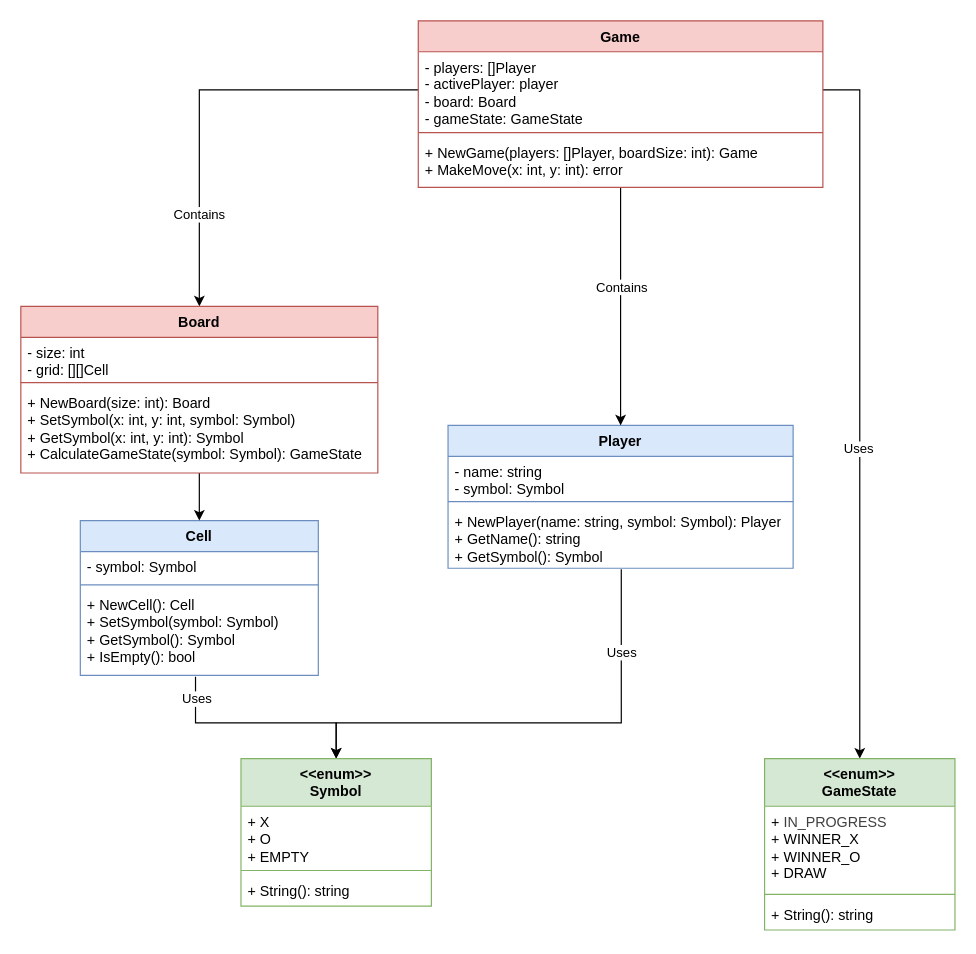
The draw.io diagram tic-tac-toe/design/class-diagram.drawio in rishuraj2/Go-LLD, before the edit. Source tidied: cells renumbered, new cells numbered last; positions are measured from the earlier drawing's top-left corner, leaving out a move shared by most shapes. Both pictures are drawn from the tidied source at 119%, with x=0, y=0 at pixel (20, 20).
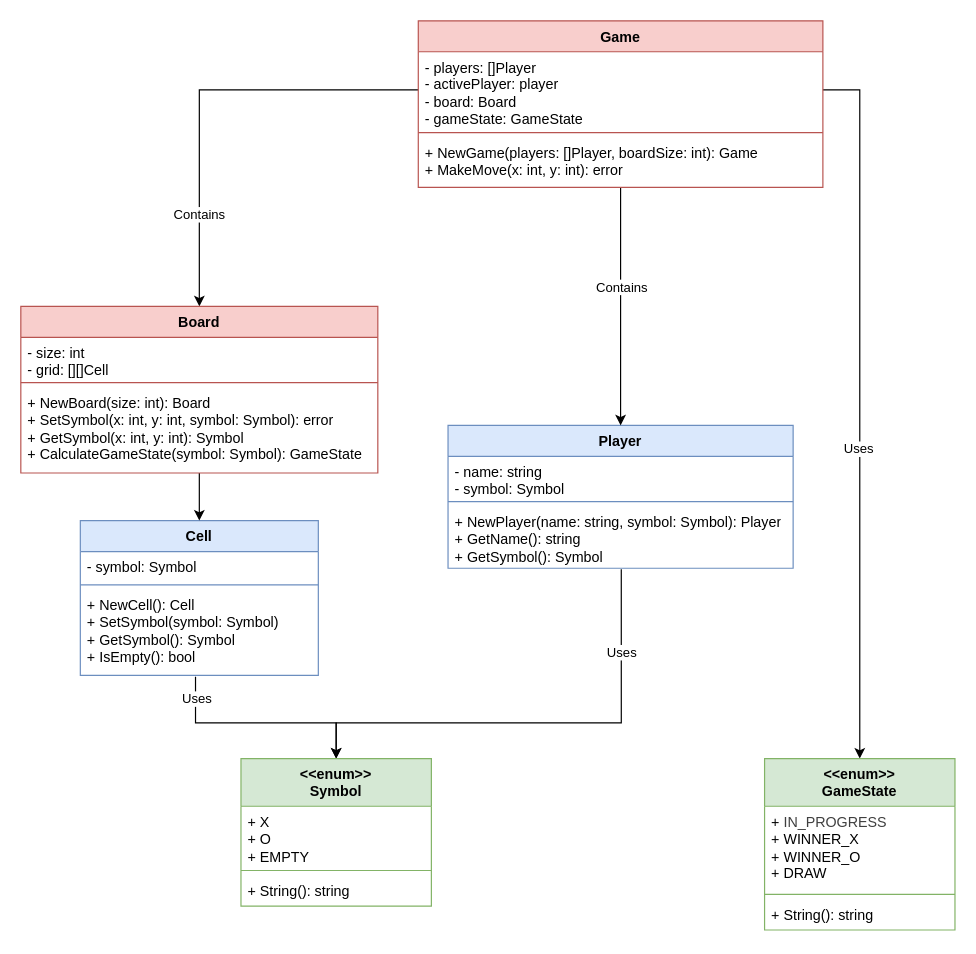
The same page after the edit.

Unchanged cells that the change refers to:
```xml
<mxCell id="27" value="Board" style="swimlane;fontStyle=1;align=center;verticalAlign=top;horizontal=1;startSize=26;whiteSpace=wrap;html=1;fillColor=#f8cecc;strokeColor=#b85450;" parent="1" vertex="1">
  <mxGeometry y="240" width="300" height="140" as="geometry" />
</mxCell>
```

What changed in the source:
```diff
@@
-    <mxCell id="30" value="+ NewBoard(size: int): Board&lt;div&gt;+ SetSymbol(x: int, y: int, symbol: Symbol)&lt;/div&gt;&lt;div&gt;+ GetSymbol(x: int, y: int): Symbol&lt;/div&gt;&lt;div&gt;+ CalculateGameState(symbol: Symbol): GameState&lt;/div&gt;" style="text;strokeColor=none;fillColor=none;align=left;verticalAlign=top;spacingLeft=4;spacingRight=4;overflow=hidden;whiteSpace=wrap;html=1;" parent="27" vertex="1">
+    <mxCell id="30" value="+ NewBoard(size: int): Board&lt;div&gt;+ SetSymbol(x: int, y: int, symbol: Symbol): error&lt;/div&gt;&lt;div&gt;+ GetSymbol(x: int, y: int): Symbol&lt;/div&gt;&lt;div&gt;+ CalculateGameState(symbol: Symbol): GameState&lt;/div&gt;" style="text;strokeColor=none;fillColor=none;align=left;verticalAlign=top;spacingLeft=4;spacingRight=4;overflow=hidden;whiteSpace=wrap;html=1;" parent="27" vertex="1">
       <mxGeometry y="68" width="300" height="72" as="geometry" />
     </mxCell>
```
